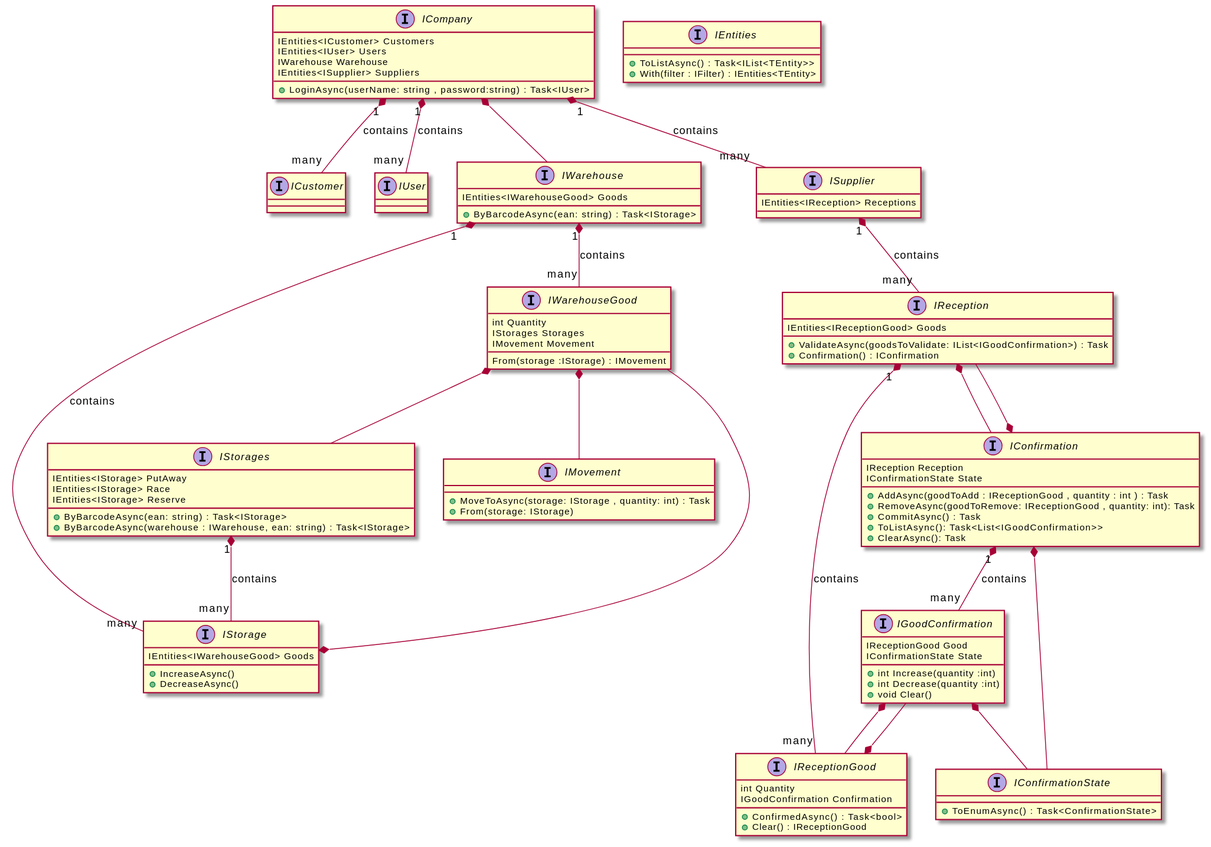
Earlier version of the PlantUML export docs/warehouse.uml.svg (souly84/Warehouse.Core).
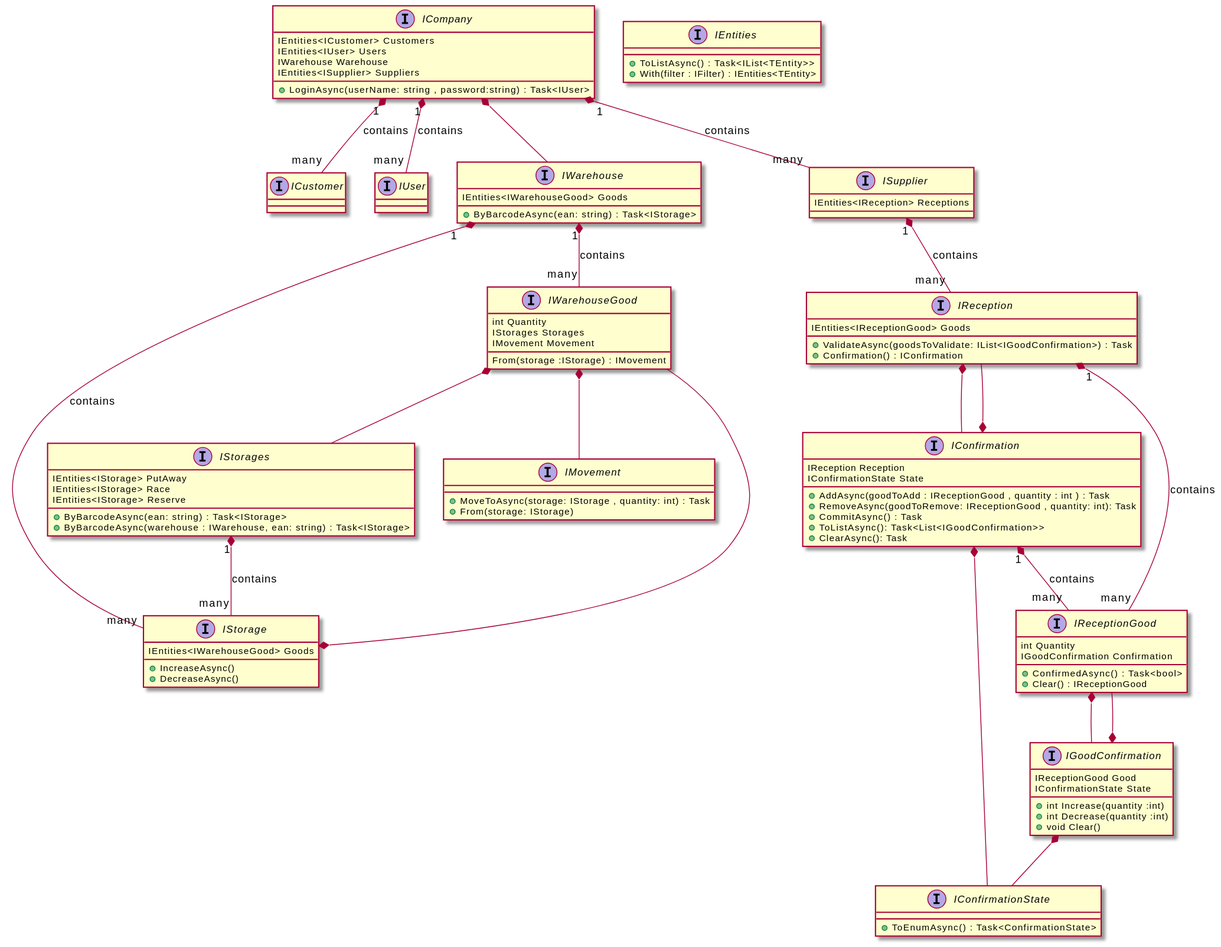
Above is the later version.

Change to the diagram source:
```diff
@@ -112,7 +112,7 @@
 
 IConfirmation *-- IReception
 IConfirmation *-- IConfirmationState
-IConfirmation "1" *-- "many" IGoodConfirmation : contains
+IConfirmation "1" *-- "many" IReceptionGood : contains
 
 
 IGoodConfirmation *-- IConfirmationState
```
